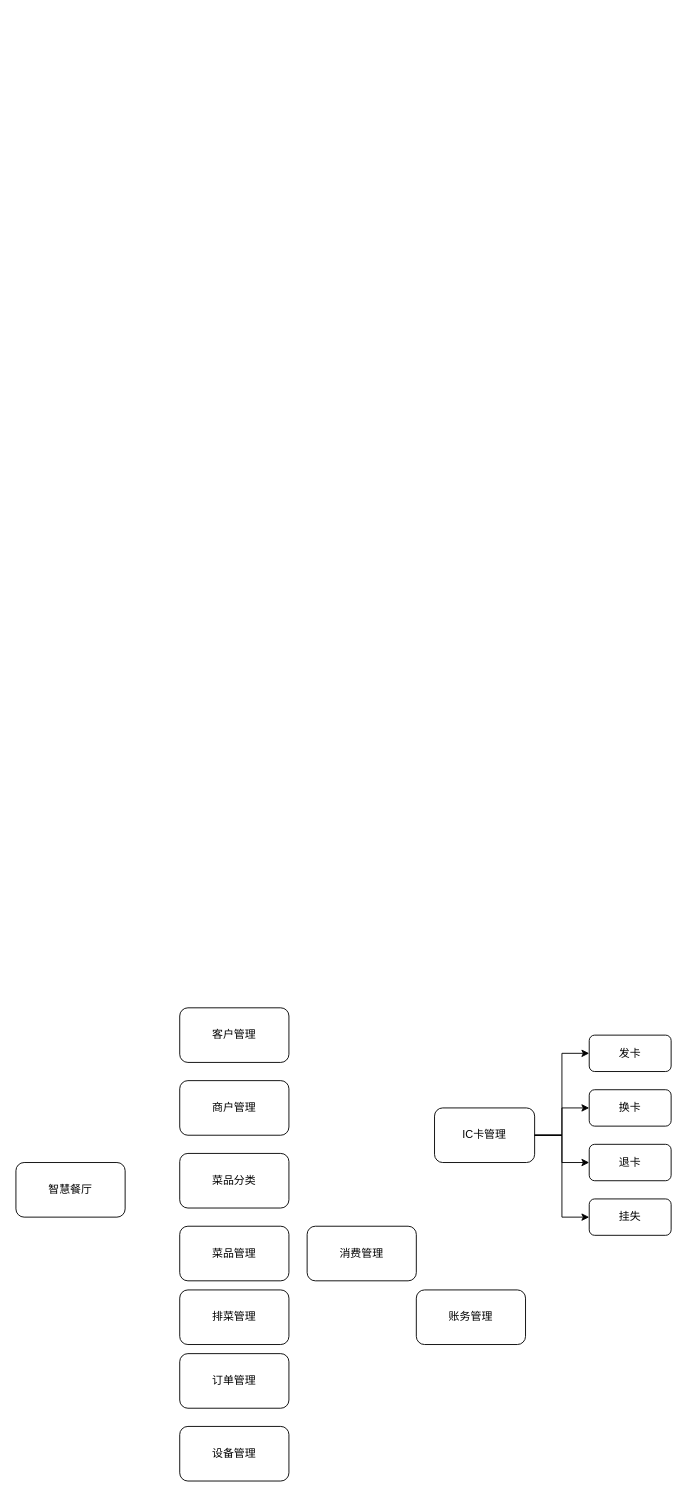
Earlier version of the draw.io diagram pomer-ct-function.drawio (linlin8/linlin8.github.io). Source tidied: cells renumbered, new cells numbered last; positions are measured from the earlier drawing's top-left corner, leaving out a move shared by most shapes. Both pictures are drawn from the tidied source at 91%, with x=0, y=0 at pixel (15, 1007).
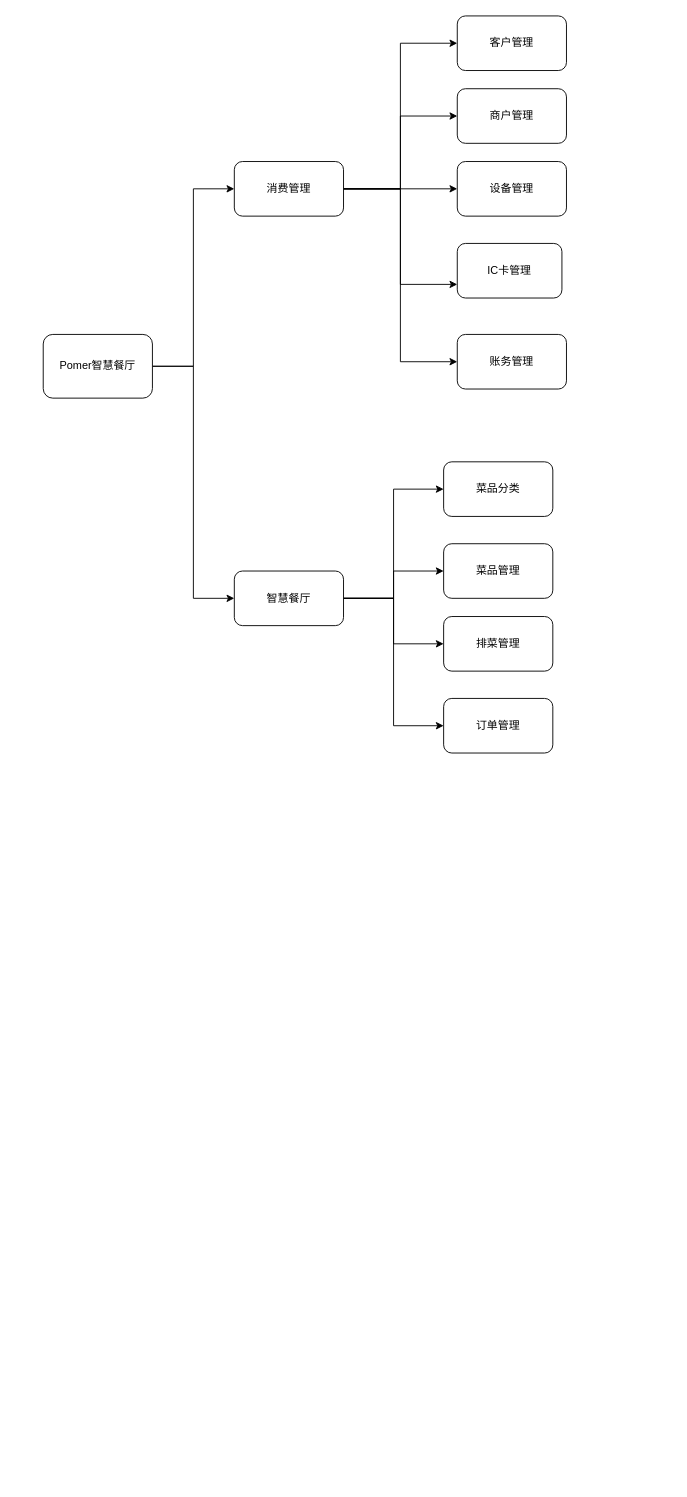
Above is the later version.

Change to the diagram source:
```diff
@@
+    <mxCell id="21" style="edgeStyle=orthogonalEdgeStyle;rounded=0;jettySize=auto;html=1;entryX=0;entryY=0.5;entryDx=0;entryDy=0;" parent="1" edge="1" source="2" target="7">
+      <mxGeometry relative="1" as="geometry" />
+    </mxCell>
+    <mxCell id="22" style="edgeStyle=orthogonalEdgeStyle;rounded=0;jettySize=auto;html=1;" parent="1" edge="1" source="2" target="6">
+      <mxGeometry relative="1" as="geometry" />
+    </mxCell>
+    <mxCell id="23" style="edgeStyle=orthogonalEdgeStyle;rounded=0;jettySize=auto;html=1;entryX=0;entryY=0.5;entryDx=0;entryDy=0;" parent="1" edge="1" source="2" target="8">
+      <mxGeometry relative="1" as="geometry" />
+    </mxCell>
+    <mxCell id="24" style="edgeStyle=orthogonalEdgeStyle;rounded=0;jettySize=auto;html=1;entryX=0;entryY=0.5;entryDx=0;entryDy=0;" parent="1" edge="1" source="2" target="9">
+      <mxGeometry relative="1" as="geometry" />
+    </mxCell>
     <mxCell id="2" value="智慧餐厅" style="rounded=1;whiteSpace=wrap;html=1;" parent="1" vertex="1">
-      <mxGeometry y="170" width="120" height="60" as="geometry" />
+      <mxGeometry x="240" y="-480" width="120" height="60" as="geometry" />
     </mxCell>
     <mxCell id="3" value="客户管理" style="rounded=1;whiteSpace=wrap;html=1;" parent="1" vertex="1">
-      <mxGeometry x="180" width="120" height="60" as="geometry" />
+      <mxGeometry x="485" y="-1090" width="120" height="60" as="geometry" />
     </mxCell>
     <mxCell id="4" value="商户管理" style="rounded=1;whiteSpace=wrap;html=1;" parent="1" vertex="1">
-      <mxGeometry x="180" y="80" width="120" height="60" as="geometry" />
+      <mxGeometry x="485" y="-1010" width="120" height="60" as="geometry" />
     </mxCell>
     <mxCell id="5" value="设备管理" style="rounded=1;whiteSpace=wrap;html=1;" parent="1" vertex="1">
-      <mxGeometry x="180" y="460" width="120" height="60" as="geometry" />
+      <mxGeometry x="485" y="-930" width="120" height="60" as="geometry" />
     </mxCell>
     <mxCell id="6" value="菜品管理" style="rounded=1;whiteSpace=wrap;html=1;" parent="1" vertex="1">
-      <mxGeometry x="180" y="240" width="120" height="60" as="geometry" />
+      <mxGeometry x="470" y="-510" width="120" height="60" as="geometry" />
     </mxCell>
     <mxCell id="7" value="菜品分类" style="rounded=1;whiteSpace=wrap;html=1;" parent="1" vertex="1">
-      <mxGeometry x="180" y="160" width="120" height="60" as="geometry" />
+      <mxGeometry x="470" y="-600" width="120" height="60" as="geometry" />
     </mxCell>
     <mxCell id="8" value="排菜管理" style="rounded=1;whiteSpace=wrap;html=1;" parent="1" vertex="1">
-      <mxGeometry x="180" y="310" width="120" height="60" as="geometry" />
+      <mxGeometry x="470" y="-430" width="120" height="60" as="geometry" />
     </mxCell>
     <mxCell id="9" value="订单管理" style="rounded=1;whiteSpace=wrap;html=1;" parent="1" vertex="1">
-      <mxGeometry x="180" y="380" width="120" height="60" as="geometry" />
+      <mxGeometry x="470" y="-340" width="120" height="60" as="geometry" />
     </mxCell>
-    <mxCell id="10" value="消费管理" style="rounded=1;whiteSpace=wrap;html=1;" parent="1" vertex="1">
-      <mxGeometry x="320" y="240" width="120" height="60" as="geometry" />
-    </mxCell>
-    <mxCell id="11" style="jettySize=auto;html=1;entryX=0;entryY=0.5;entryDx=0;entryDy=0;rounded=0;exitX=1;exitY=0.5;exitDx=0;exitDy=0;edgeStyle=orthogonalEdgeStyle;" parent="1" edge="1" source="12" target="14">
-      <mxGeometry relative="1" as="geometry" />
-    </mxCell>
     <mxCell id="12" value="IC卡管理" style="rounded=1;whiteSpace=wrap;html=1;" parent="1" vertex="1">
-      <mxGeometry x="460" y="110" width="110" height="60" as="geometry" />
+      <mxGeometry x="485" y="-840" width="115" height="60" as="geometry" />
     </mxCell>
     <mxCell id="13" value="账务管理" style="rounded=1;whiteSpace=wrap;html=1;" parent="1" vertex="1">
-      <mxGeometry x="440" y="310" width="120" height="60" as="geometry" />
+      <mxGeometry x="485" y="-740" width="120" height="60" as="geometry" />
     </mxCell>
-    <mxCell id="14" value="发卡" style="rounded=1;whiteSpace=wrap;html=1;" parent="1" vertex="1">
-      <mxGeometry x="630" y="30" width="90" height="40" as="geometry" />
-    </mxCell>
-    <mxCell id="15" value="换卡" style="rounded=1;whiteSpace=wrap;html=1;" parent="1" vertex="1">
-      <mxGeometry x="630" y="90" width="90" height="40" as="geometry" />
-    </mxCell>
-    <mxCell id="16" value="挂失" style="rounded=1;whiteSpace=wrap;html=1;" parent="1" vertex="1">
-      <mxGeometry x="630" y="210" width="90" height="40" as="geometry" />
-    </mxCell>
-    <mxCell id="17" value="退卡" style="rounded=1;whiteSpace=wrap;html=1;" parent="1" vertex="1">
-      <mxGeometry x="630" y="150" width="90" height="40" as="geometry" />
-    </mxCell>
-    <mxCell id="18" style="endArrow=classic;html=1;exitX=1;exitY=0.5;exitDx=0;exitDy=0;entryX=0;entryY=0.5;entryDx=0;entryDy=0;rounded=0;edgeStyle=orthogonalEdgeStyle;" parent="1" edge="1" source="12" target="16">
-      <mxGeometry relative="1" as="geometry" />
-    </mxCell>
-    <mxCell id="19" style="endArrow=classic;html=1;exitX=1;exitY=0.5;exitDx=0;exitDy=0;entryX=0;entryY=0.5;entryDx=0;entryDy=0;rounded=0;edgeStyle=orthogonalEdgeStyle;" parent="1" edge="1" source="12" target="15">
-      <mxGeometry relative="1" as="geometry" />
-    </mxCell>
-    <mxCell id="20" style="endArrow=classic;html=1;exitX=1;exitY=0.5;exitDx=0;exitDy=0;entryX=0;entryY=0.5;entryDx=0;entryDy=0;rounded=0;edgeStyle=orthogonalEdgeStyle;" parent="1" edge="1" source="12" target="17">
-      <mxGeometry relative="1" as="geometry" />
-    </mxCell>
+    <mxCell id="25" style="edgeStyle=orthogonalEdgeStyle;rounded=0;jettySize=auto;html=1;entryX=0;entryY=0.5;entryDx=0;entryDy=0;" parent="1" edge="1" source="10" target="3">
+      <mxGeometry relative="1" as="geometry" />
+    </mxCell>
+    <mxCell id="26" style="edgeStyle=orthogonalEdgeStyle;rounded=0;jettySize=auto;html=1;entryX=0;entryY=0.5;entryDx=0;entryDy=0;" parent="1" edge="1" source="10" target="4">
+      <mxGeometry relative="1" as="geometry" />
+    </mxCell>
+    <mxCell id="27" style="edgeStyle=orthogonalEdgeStyle;rounded=0;jettySize=auto;html=1;entryX=0;entryY=0.5;entryDx=0;entryDy=0;" parent="1" edge="1" source="10" target="5">
+      <mxGeometry relative="1" as="geometry" />
+    </mxCell>
+    <mxCell id="28" style="edgeStyle=orthogonalEdgeStyle;rounded=0;jettySize=auto;html=1;entryX=0;entryY=0.75;entryDx=0;entryDy=0;" parent="1" edge="1" source="10" target="12">
+      <mxGeometry relative="1" as="geometry" />
+    </mxCell>
+    <mxCell id="29" style="edgeStyle=orthogonalEdgeStyle;rounded=0;jettySize=auto;html=1;entryX=0;entryY=0.5;entryDx=0;entryDy=0;" parent="1" edge="1" source="10" target="13">
+      <mxGeometry relative="1" as="geometry" />
+    </mxCell>
+    <mxCell id="10" value="消费管理" style="rounded=1;whiteSpace=wrap;html=1;" parent="1" vertex="1">
+      <mxGeometry x="240" y="-930" width="120" height="60" as="geometry" />
+    </mxCell>
+    <mxCell id="30" style="edgeStyle=orthogonalEdgeStyle;rounded=0;jettySize=auto;html=1;entryX=0;entryY=0.5;entryDx=0;entryDy=0;" parent="1" edge="1" source="32" target="10">
+      <mxGeometry relative="1" as="geometry" />
+    </mxCell>
+    <mxCell id="31" style="edgeStyle=orthogonalEdgeStyle;rounded=0;jettySize=auto;html=1;entryX=0;entryY=0.5;entryDx=0;entryDy=0;" parent="1" edge="1" source="32" target="2">
+      <mxGeometry relative="1" as="geometry" />
+    </mxCell>
+    <mxCell id="32" value="Pomer智慧餐厅" style="rounded=1;whiteSpace=wrap;html=1;" parent="1" vertex="1">
+      <mxGeometry x="30" y="-740" width="120" height="70" as="geometry" />
+    </mxCell>
```
